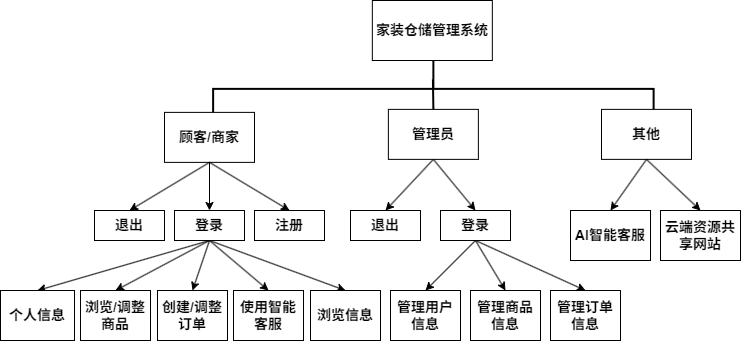
The draw.io diagram 13.drawio.png in xiyuliu509/microservice-shop, before a commit. Source tidied: cells renumbered, new cells last; positions are measured from the earlier drawing's top-left corner, leaving out a move shared by most shapes. Source of this version:
```xml
<mxGraphModel>
  <root>
    <mxCell id="0" />
    <mxCell id="1" parent="0" />
    <mxCell id="2" value="&lt;font style=&quot;font-size: 14px;&quot;&gt;&lt;b&gt;家装仓储管理系统&lt;/b&gt;&lt;/font&gt;" style="rounded=0;whiteSpace=wrap;html=1;" parent="1" vertex="1">
      <mxGeometry x="371.8" y="132" width="120" height="60" as="geometry" />
    </mxCell>
    <mxCell id="3" style="strokeWidth=2;html=1;shape=mxgraph.flowchart.annotation_2;align=left;labelPosition=right;rotation=90;" parent="1" vertex="1">
      <mxGeometry x="404.7" y="0.1" width="56.3" height="440.5" as="geometry" />
    </mxCell>
    <mxCell id="4" value="&lt;font style=&quot;font-size: 14px;&quot;&gt;&lt;b&gt;顾客/商家&lt;/b&gt;&lt;/font&gt;" style="rounded=0;whiteSpace=wrap;html=1;" parent="1" vertex="1">
      <mxGeometry x="164" y="243.9" width="90" height="50" as="geometry" />
    </mxCell>
    <mxCell id="5" style="edgeStyle=none;html=1;exitX=0.5;exitY=1;exitDx=0;exitDy=0;entryX=0.5;entryY=0;entryDx=0;entryDy=0;" parent="1" edge="1" source="7" target="19">
      <mxGeometry relative="1" as="geometry" />
    </mxCell>
    <mxCell id="6" style="edgeStyle=none;html=1;exitX=0.5;exitY=1;exitDx=0;exitDy=0;entryX=0.5;entryY=0;entryDx=0;entryDy=0;" parent="1" edge="1" source="7" target="23">
      <mxGeometry relative="1" as="geometry" />
    </mxCell>
    <mxCell id="7" value="&lt;font style=&quot;font-size: 14px;&quot;&gt;&lt;b&gt;管理员&lt;/b&gt;&lt;/font&gt;" style="rounded=0;whiteSpace=wrap;html=1;" parent="1" vertex="1">
      <mxGeometry x="387.9" y="240.9" width="90" height="50" as="geometry" />
    </mxCell>
    <mxCell id="8" style="endArrow=classic;html=1;exitX=0.5;exitY=1;exitDx=0;exitDy=0;entryX=0.5;entryY=0;entryDx=0;entryDy=0;" parent="1" edge="1" source="4" target="11">
      <mxGeometry relative="1" as="geometry" />
    </mxCell>
    <mxCell id="9" style="endArrow=classic;html=1;exitX=0.5;exitY=1;exitDx=0;exitDy=0;entryX=0.5;entryY=0;entryDx=0;entryDy=0;" parent="1" edge="1" source="4" target="18">
      <mxGeometry relative="1" as="geometry" />
    </mxCell>
    <mxCell id="10" style="endArrow=classic;html=1;exitX=0.5;exitY=1;exitDx=0;exitDy=0;entryX=0.5;entryY=0;entryDx=0;entryDy=0;" parent="1" edge="1" source="4" target="12">
      <mxGeometry relative="1" as="geometry" />
    </mxCell>
    <mxCell id="11" value="&lt;b&gt;&lt;font style=&quot;font-size: 14px;&quot;&gt;退出&lt;/font&gt;&lt;/b&gt;" style="rounded=0;whiteSpace=wrap;html=1;" parent="1" vertex="1">
      <mxGeometry x="94" y="342" width="70" height="30" as="geometry" />
    </mxCell>
    <mxCell id="12" value="&lt;b&gt;&lt;font style=&quot;font-size: 14px;&quot;&gt;注册&lt;/font&gt;&lt;/b&gt;" style="rounded=0;whiteSpace=wrap;html=1;" parent="1" vertex="1">
      <mxGeometry x="254" y="342" width="70" height="30" as="geometry" />
    </mxCell>
    <mxCell id="13" style="edgeStyle=none;html=1;exitX=0.5;exitY=1;exitDx=0;exitDy=0;entryX=0.5;entryY=0;entryDx=0;entryDy=0;" parent="1" edge="1" source="18" target="29">
      <mxGeometry relative="1" as="geometry" />
    </mxCell>
    <mxCell id="14" style="edgeStyle=none;html=1;exitX=0.5;exitY=1;exitDx=0;exitDy=0;entryX=0.5;entryY=0;entryDx=0;entryDy=0;" parent="1" edge="1" source="18" target="28">
      <mxGeometry relative="1" as="geometry" />
    </mxCell>
    <mxCell id="15" style="edgeStyle=none;html=1;exitX=0.5;exitY=1;exitDx=0;exitDy=0;entryX=0.5;entryY=0;entryDx=0;entryDy=0;" parent="1" edge="1" source="18" target="27">
      <mxGeometry relative="1" as="geometry" />
    </mxCell>
    <mxCell id="16" style="edgeStyle=none;html=1;exitX=0.5;exitY=1;exitDx=0;exitDy=0;entryX=0.5;entryY=0;entryDx=0;entryDy=0;" parent="1" edge="1" source="18" target="26">
      <mxGeometry relative="1" as="geometry" />
    </mxCell>
    <mxCell id="17" style="edgeStyle=none;html=1;exitX=0.5;exitY=1;exitDx=0;exitDy=0;entryX=0.5;entryY=0;entryDx=0;entryDy=0;" parent="1" edge="1" source="18" target="31">
      <mxGeometry relative="1" as="geometry" />
    </mxCell>
    <mxCell id="18" value="&lt;b&gt;&lt;font style=&quot;font-size: 14px;&quot;&gt;登录&lt;/font&gt;&lt;/b&gt;" style="rounded=0;whiteSpace=wrap;html=1;" parent="1" vertex="1">
      <mxGeometry x="174" y="342" width="70" height="30" as="geometry" />
    </mxCell>
    <mxCell id="19" value="&lt;b&gt;&lt;font style=&quot;font-size: 14px;&quot;&gt;退出&lt;/font&gt;&lt;/b&gt;" style="rounded=0;whiteSpace=wrap;html=1;" parent="1" vertex="1">
      <mxGeometry x="350" y="342" width="70" height="30" as="geometry" />
    </mxCell>
    <mxCell id="20" style="edgeStyle=none;html=1;exitX=0.5;exitY=1;exitDx=0;exitDy=0;entryX=0.5;entryY=0;entryDx=0;entryDy=0;" parent="1" edge="1" source="23" target="25">
      <mxGeometry relative="1" as="geometry" />
    </mxCell>
    <mxCell id="21" style="edgeStyle=none;html=1;exitX=0.5;exitY=1;exitDx=0;exitDy=0;entryX=0.5;entryY=0;entryDx=0;entryDy=0;" parent="1" edge="1" source="23" target="24">
      <mxGeometry relative="1" as="geometry" />
    </mxCell>
    <mxCell id="22" style="edgeStyle=none;html=1;exitX=0.5;exitY=1;exitDx=0;exitDy=0;entryX=0.5;entryY=0;entryDx=0;entryDy=0;" parent="1" edge="1" source="23" target="30">
      <mxGeometry relative="1" as="geometry" />
    </mxCell>
    <mxCell id="23" value="&lt;b&gt;&lt;font style=&quot;font-size: 14px;&quot;&gt;登录&lt;/font&gt;&lt;/b&gt;" style="rounded=0;whiteSpace=wrap;html=1;" parent="1" vertex="1">
      <mxGeometry x="440" y="342" width="70" height="30" as="geometry" />
    </mxCell>
    <mxCell id="24" value="&lt;b&gt;&lt;font style=&quot;font-size: 14px;&quot;&gt;管理商品信息&lt;/font&gt;&lt;/b&gt;" style="rounded=0;whiteSpace=wrap;html=1;" parent="1" vertex="1">
      <mxGeometry x="470" y="422" width="70" height="50" as="geometry" />
    </mxCell>
    <mxCell id="25" value="&lt;span style=&quot;font-size: 14px;&quot;&gt;&lt;b&gt;管理用户信息&lt;/b&gt;&lt;/span&gt;" style="rounded=0;whiteSpace=wrap;html=1;" parent="1" vertex="1">
      <mxGeometry x="390" y="422" width="70" height="50" as="geometry" />
    </mxCell>
    <mxCell id="26" value="&lt;b&gt;&lt;font style=&quot;font-size: 14px;&quot;&gt;使用智能客服&lt;/font&gt;&lt;/b&gt;" style="rounded=0;whiteSpace=wrap;html=1;" parent="1" vertex="1">
      <mxGeometry x="233" y="422" width="70" height="50" as="geometry" />
    </mxCell>
    <mxCell id="27" value="&lt;b&gt;&lt;font style=&quot;font-size: 14px;&quot;&gt;创建/调整订单&lt;/font&gt;&lt;/b&gt;" style="rounded=0;whiteSpace=wrap;html=1;" parent="1" vertex="1">
      <mxGeometry x="157" y="422" width="70" height="50" as="geometry" />
    </mxCell>
    <mxCell id="28" value="&lt;span style=&quot;font-size: 14px;&quot;&gt;&lt;b&gt;浏览/调整商品&lt;/b&gt;&lt;/span&gt;" style="rounded=0;whiteSpace=wrap;html=1;" parent="1" vertex="1">
      <mxGeometry x="80" y="422" width="70" height="50" as="geometry" />
    </mxCell>
    <mxCell id="29" value="&lt;b&gt;&lt;font style=&quot;font-size: 14px;&quot;&gt;个人信息&lt;/font&gt;&lt;/b&gt;" style="rounded=0;whiteSpace=wrap;html=1;" parent="1" vertex="1">
      <mxGeometry y="422" width="74" height="50" as="geometry" />
    </mxCell>
    <mxCell id="30" value="&lt;b&gt;&lt;font style=&quot;font-size: 14px;&quot;&gt;管理订单信息&lt;/font&gt;&lt;/b&gt;" style="rounded=0;whiteSpace=wrap;html=1;" parent="1" vertex="1">
      <mxGeometry x="550" y="422" width="70" height="50" as="geometry" />
    </mxCell>
    <mxCell id="31" value="&lt;span style=&quot;font-size: 14px;&quot;&gt;&lt;b&gt;浏览信息&lt;/b&gt;&lt;/span&gt;" style="rounded=0;whiteSpace=wrap;html=1;" parent="1" vertex="1">
      <mxGeometry x="310" y="422" width="70" height="50" as="geometry" />
    </mxCell>
    <mxCell id="32" value="&lt;span style=&quot;font-size: 14px;&quot;&gt;&lt;b&gt;其他&lt;/b&gt;&lt;/span&gt;" style="rounded=0;whiteSpace=wrap;html=1;" parent="1" vertex="1">
      <mxGeometry x="601" y="240.9" width="90" height="50" as="geometry" />
    </mxCell>
    <mxCell id="33" style="endArrow=classic;html=1;exitX=0.5;exitY=1;exitDx=0;exitDy=0;" parent="1" edge="1" source="32">
      <mxGeometry relative="1" as="geometry">
        <mxPoint x="610" y="342" as="targetPoint" />
      </mxGeometry>
    </mxCell>
    <mxCell id="34" style="endArrow=classic;html=1;exitX=0.5;exitY=1;exitDx=0;exitDy=0;entryX=0.5;entryY=0;entryDx=0;entryDy=0;" parent="1" edge="1" source="32" target="36">
      <mxGeometry relative="1" as="geometry" />
    </mxCell>
    <mxCell id="35" value="&lt;b&gt;&lt;font style=&quot;font-size: 14px;&quot;&gt;AI智能客服&lt;/font&gt;&lt;/b&gt;" style="rounded=0;whiteSpace=wrap;html=1;" parent="1" vertex="1">
      <mxGeometry x="570" y="342" width="80" height="50" as="geometry" />
    </mxCell>
    <mxCell id="36" value="&lt;b&gt;&lt;font style=&quot;font-size: 14px;&quot;&gt;云端资源共享网站&lt;/font&gt;&lt;/b&gt;" style="rounded=0;whiteSpace=wrap;html=1;" parent="1" vertex="1">
      <mxGeometry x="660" y="342" width="80" height="50" as="geometry" />
    </mxCell>
    <mxCell id="37" style="endArrow=none;html=1;entryX=0.5;entryY=0;entryDx=0;entryDy=0;strokeWidth=2;exitX=0.332;exitY=0.501;exitDx=0;exitDy=0;exitPerimeter=0;" parent="1" edge="1" source="3" target="7">
      <mxGeometry relative="1" as="geometry" />
    </mxCell>
  </root>
</mxGraphModel>
```
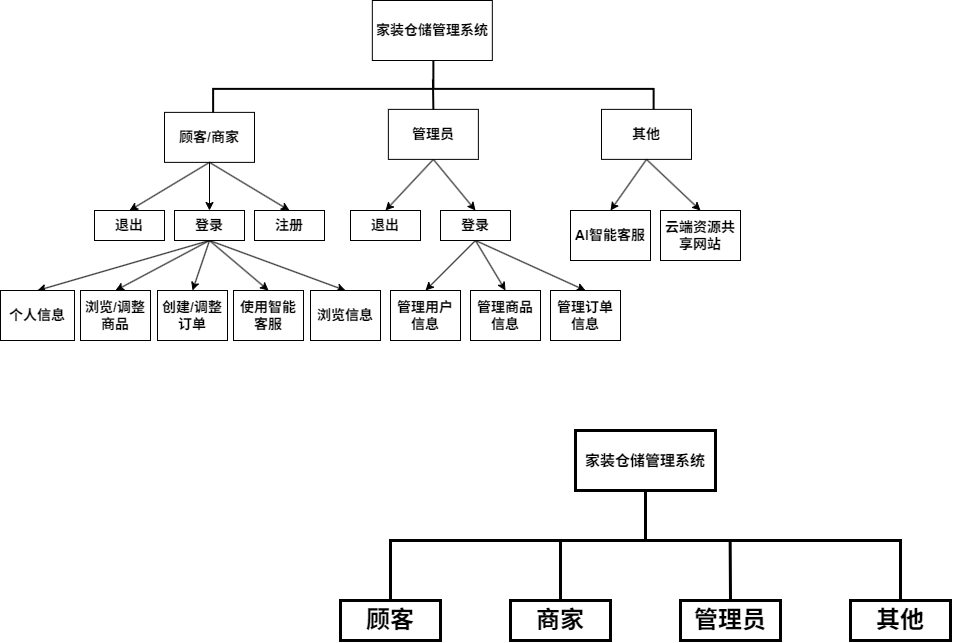
Later version of the same file.

Diff of the diagram source:
```diff
@@ -112,5 +112,34 @@
     <mxCell id="37" style="endArrow=none;html=1;entryX=0.5;entryY=0;entryDx=0;entryDy=0;strokeWidth=2;exitX=0.332;exitY=0.501;exitDx=0;exitDy=0;exitPerimeter=0;" parent="1" edge="1" source="3" target="7">
       <mxGeometry relative="1" as="geometry" />
     </mxCell>
+    <mxCell id="38" value="&lt;b&gt;&lt;font style=&quot;font-size: 15px;&quot;&gt;家装仓储管理系统&lt;/font&gt;&lt;/b&gt;" style="rounded=0;whiteSpace=wrap;html=1;strokeWidth=3;" parent="1" vertex="1">
+      <mxGeometry x="575" y="562" width="140" height="60" as="geometry" />
+    </mxCell>
+    <mxCell id="39" style="shape=partialRectangle;whiteSpace=wrap;html=1;bottom=1;right=1;left=1;top=0;fillColor=none;routingCenterX=-0.5;rotation=-180;strokeWidth=3;" parent="1" vertex="1">
+      <mxGeometry x="390" y="672" width="510" height="60" as="geometry" />
+    </mxCell>
+    <mxCell id="40" value="&lt;b&gt;&lt;font style=&quot;font-size: 24px;&quot;&gt;顾客&lt;/font&gt;&lt;/b&gt;" style="rounded=0;whiteSpace=wrap;html=1;strokeWidth=3;" parent="1" vertex="1">
+      <mxGeometry x="340" y="732" width="100" height="40" as="geometry" />
+    </mxCell>
+    <mxCell id="41" value="&lt;b&gt;&lt;font style=&quot;font-size: 24px;&quot;&gt;管理员&lt;/font&gt;&lt;/b&gt;" style="rounded=0;whiteSpace=wrap;html=1;strokeWidth=3;" parent="1" vertex="1">
+      <mxGeometry x="680" y="732" width="100" height="40" as="geometry" />
+    </mxCell>
+    <mxCell id="42" value="&lt;b&gt;&lt;font style=&quot;font-size: 24px;&quot;&gt;商家&lt;/font&gt;&lt;/b&gt;" style="rounded=0;whiteSpace=wrap;html=1;strokeWidth=3;" parent="1" vertex="1">
+      <mxGeometry x="510" y="732" width="100" height="40" as="geometry" />
+    </mxCell>
+    <mxCell id="43" value="&lt;b&gt;&lt;font style=&quot;font-size: 24px;&quot;&gt;其他&lt;/font&gt;&lt;/b&gt;" style="rounded=0;whiteSpace=wrap;html=1;strokeWidth=3;" parent="1" vertex="1">
+      <mxGeometry x="850" y="732" width="100" height="40" as="geometry" />
+    </mxCell>
+    <mxCell id="44" style="endArrow=none;html=1;entryX=0.5;entryY=1;entryDx=0;entryDy=0;exitX=0.5;exitY=1;exitDx=0;exitDy=0;strokeWidth=3;" parent="1" edge="1" source="39" target="38">
+      <mxGeometry relative="1" as="geometry" />
+    </mxCell>
+    <mxCell id="45" style="endArrow=none;html=1;strokeWidth=3;exitX=0.5;exitY=0;exitDx=0;exitDy=0;" parent="1" edge="1" source="42">
+      <mxGeometry relative="1" as="geometry">
+        <mxPoint x="560" y="671" as="targetPoint" />
+      </mxGeometry>
+    </mxCell>
+    <mxCell id="46" style="endArrow=none;html=1;strokeWidth=3;exitX=0.5;exitY=0;exitDx=0;exitDy=0;entryX=0.334;entryY=0.995;entryDx=0;entryDy=0;entryPerimeter=0;" parent="1" edge="1" source="41" target="39">
+      <mxGeometry relative="1" as="geometry" />
+    </mxCell>
   </root>
 </mxGraphModel>
```
